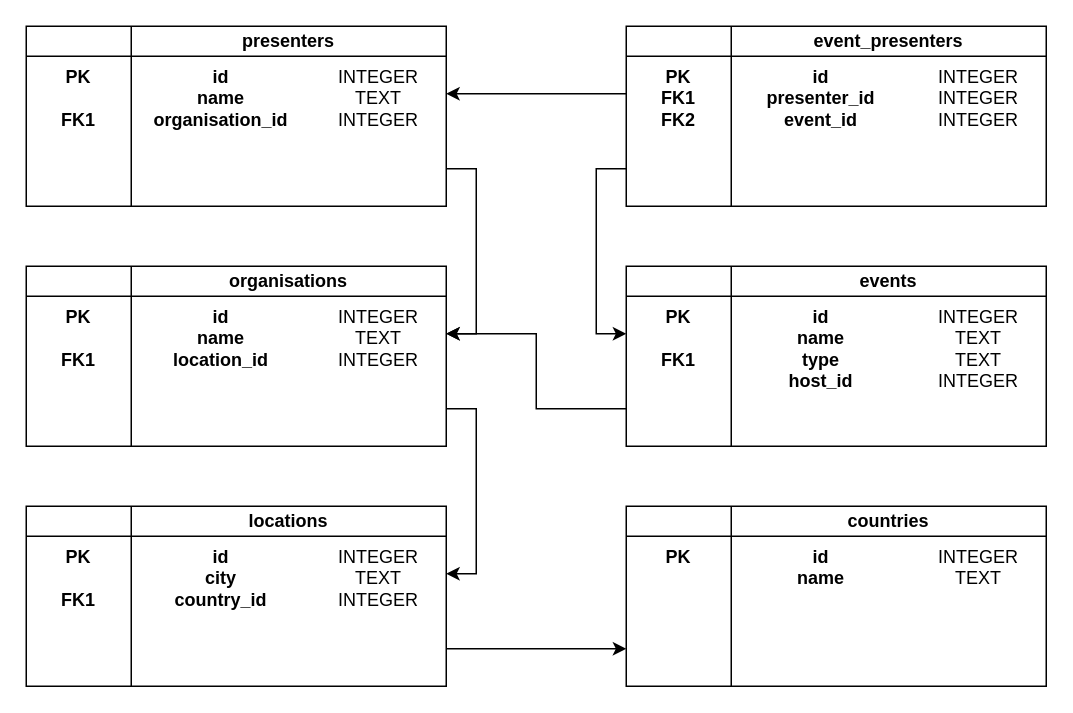
The draw.io diagram persistence/events.drawio in MikeyJL/univerisity-com728, before the edit. Source tidied: cells renumbered, new cells numbered last; positions are measured from the earlier drawing's top-left corner, leaving out a move shared by most shapes. Both pictures are drawn from the tidied source at 150%, with x=0, y=0 at pixel (26, 26).
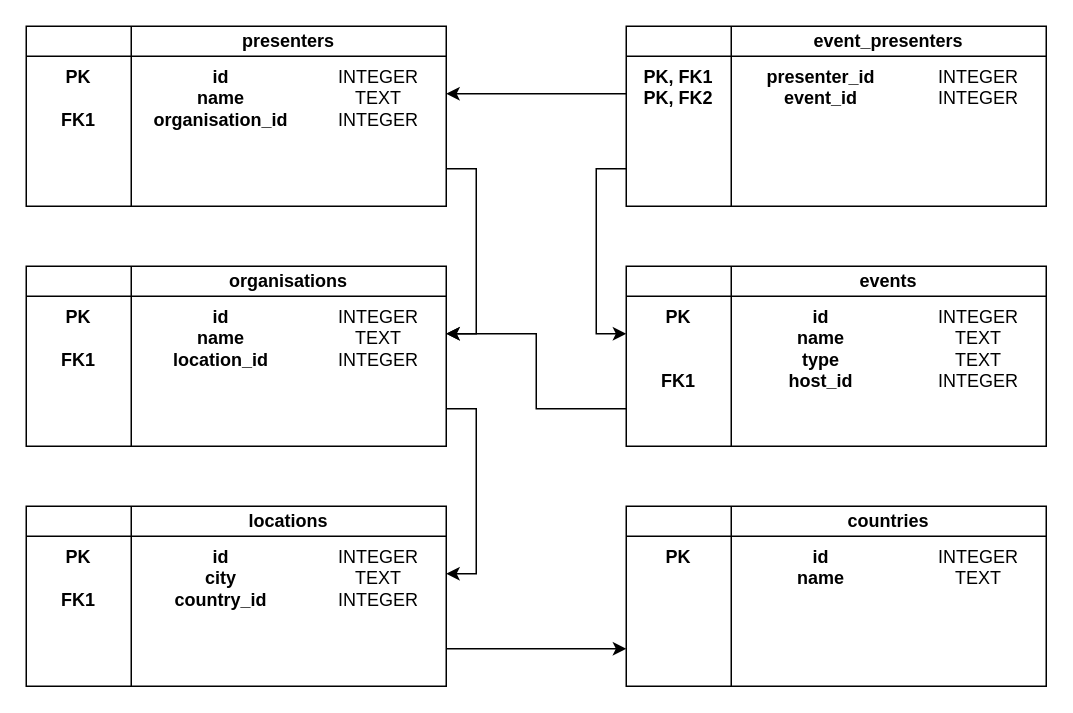
After the change.

The change refers to these unchanged cells:
```xml
<mxCell id="14" style="group;" parent="1" vertex="1">
  <mxGeometry x="400" y="160" width="280" height="120" as="geometry" />
</mxCell>
<mxCell id="32" style="group;" parent="1" vertex="1">
  <mxGeometry x="400" width="280" height="120" as="geometry" />
</mxCell>
```

The edit, as a diff of the source:
```diff
@@
-    <mxCell id="18" value="PK&lt;br&gt;&lt;br&gt;FK1" style="text;html=1;strokeColor=none;fillColor=none;align=center;verticalAlign=top;whiteSpace=wrap;rounded=0;fontStyle=1;" parent="14" vertex="1">
+    <mxCell id="18" value="PK&lt;br&gt;&lt;br&gt;&lt;br&gt;FK1" style="text;html=1;strokeColor=none;fillColor=none;align=center;verticalAlign=top;whiteSpace=wrap;rounded=0;fontStyle=1;" parent="14" vertex="1">
       <mxGeometry y="20" width="70" height="100" as="geometry" />
     </mxCell>
@@
-    <mxCell id="35" value="id&lt;br&gt;presenter_id&lt;br&gt;event_id" style="text;html=1;strokeColor=none;fillColor=none;align=center;verticalAlign=top;whiteSpace=wrap;rounded=0;fontStyle=1;" parent="32" vertex="1">
+    <mxCell id="35" value="presenter_id&lt;br&gt;event_id" style="text;html=1;strokeColor=none;fillColor=none;align=center;verticalAlign=top;whiteSpace=wrap;rounded=0;fontStyle=1;" parent="32" vertex="1">
       <mxGeometry x="70" y="20" width="120" height="100" as="geometry" />
     </mxCell>
-    <mxCell id="36" value="PK&lt;br&gt;FK1&lt;br&gt;FK2" style="text;html=1;strokeColor=none;fillColor=none;align=center;verticalAlign=top;whiteSpace=wrap;rounded=0;fontStyle=1;" parent="32" vertex="1">
+    <mxCell id="36" value="PK, FK1&lt;br&gt;PK, FK2" style="text;html=1;strokeColor=none;fillColor=none;align=center;verticalAlign=top;whiteSpace=wrap;rounded=0;fontStyle=1;" parent="32" vertex="1">
       <mxGeometry y="20" width="70" height="100" as="geometry" />
     </mxCell>
-    <mxCell id="37" value="INTEGER&lt;br&gt;INTEGER&lt;br&gt;INTEGER" style="text;html=1;strokeColor=none;fillColor=none;align=center;verticalAlign=top;whiteSpace=wrap;rounded=0;" parent="32" vertex="1">
+    <mxCell id="37" value="INTEGER&lt;br&gt;INTEGER" style="text;html=1;strokeColor=none;fillColor=none;align=center;verticalAlign=top;whiteSpace=wrap;rounded=0;" parent="32" vertex="1">
       <mxGeometry x="190" y="20" width="90" height="100" as="geometry" />
     </mxCell>
```
